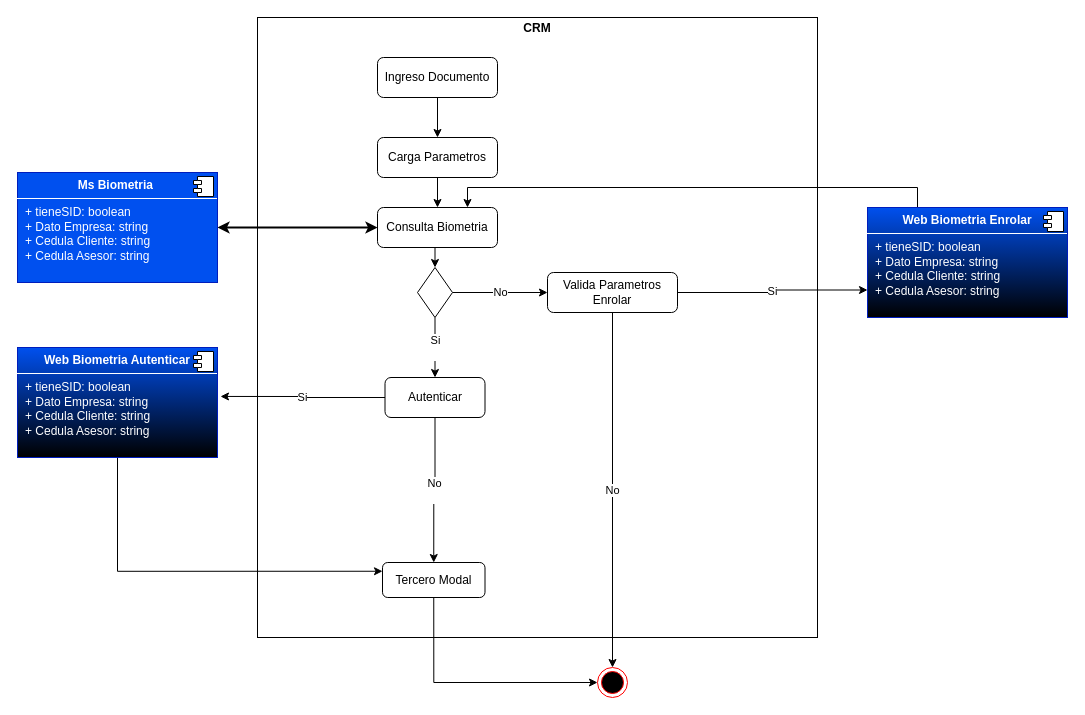
Earlier version of the draw.io diagram page "Biometria" (1 of 3) of Biometria.drawio (faberordonez1/diagramas). Source tidied: cells renumbered, new cells numbered last; positions are measured from the earlier drawing's top-left corner, leaving out a move shared by most shapes. Both pictures are drawn from the tidied source at 100%, with x=0, y=0 at pixel (17, 17).
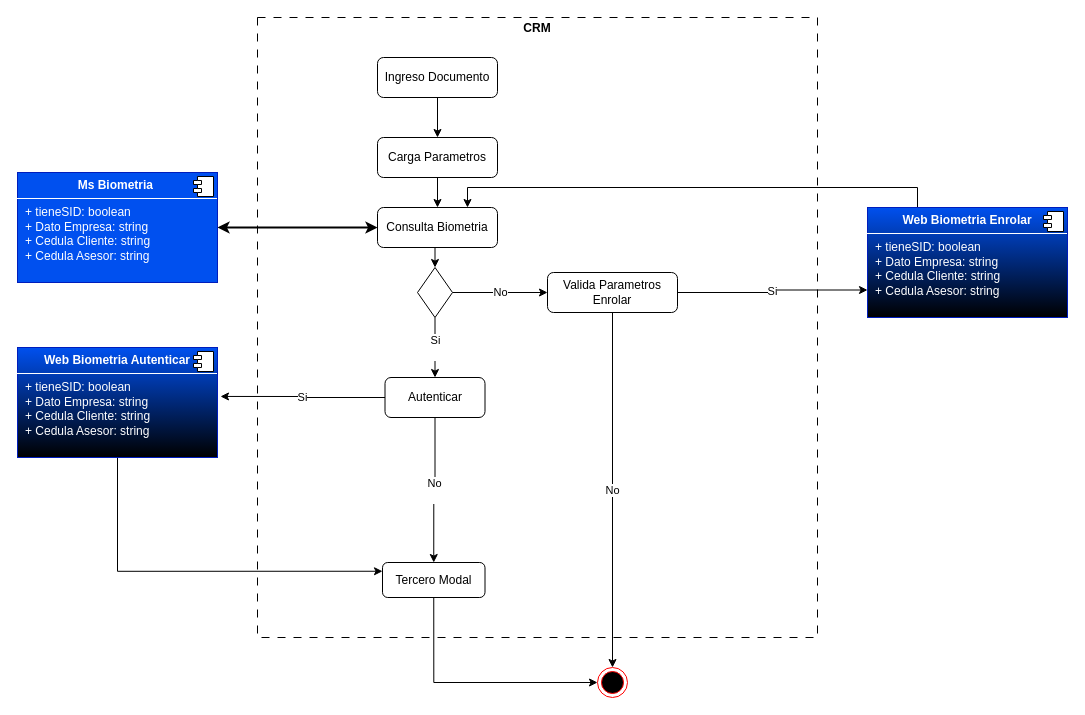
The same page after the edit.

What changed in the source:
```diff
@@
-    <mxCell id="2" value="&lt;p style=&quot;margin:0px;margin-top:4px;text-align:center;&quot;&gt;&lt;b&gt;CRM&lt;/b&gt;&lt;/p&gt;" style="verticalAlign=top;align=left;overflow=fill;html=1;whiteSpace=wrap;fillColor=none;" parent="1" vertex="1">
+    <mxCell id="2" value="&lt;p style=&quot;margin:0px;margin-top:4px;text-align:center;&quot;&gt;&lt;b&gt;CRM&lt;/b&gt;&lt;/p&gt;" style="verticalAlign=top;align=left;overflow=fill;html=1;whiteSpace=wrap;fillColor=none;dashed=1;dashPattern=8 8;" parent="1" vertex="1">
       <mxGeometry x="240" width="560" height="620" as="geometry" />
     </mxCell>
```
